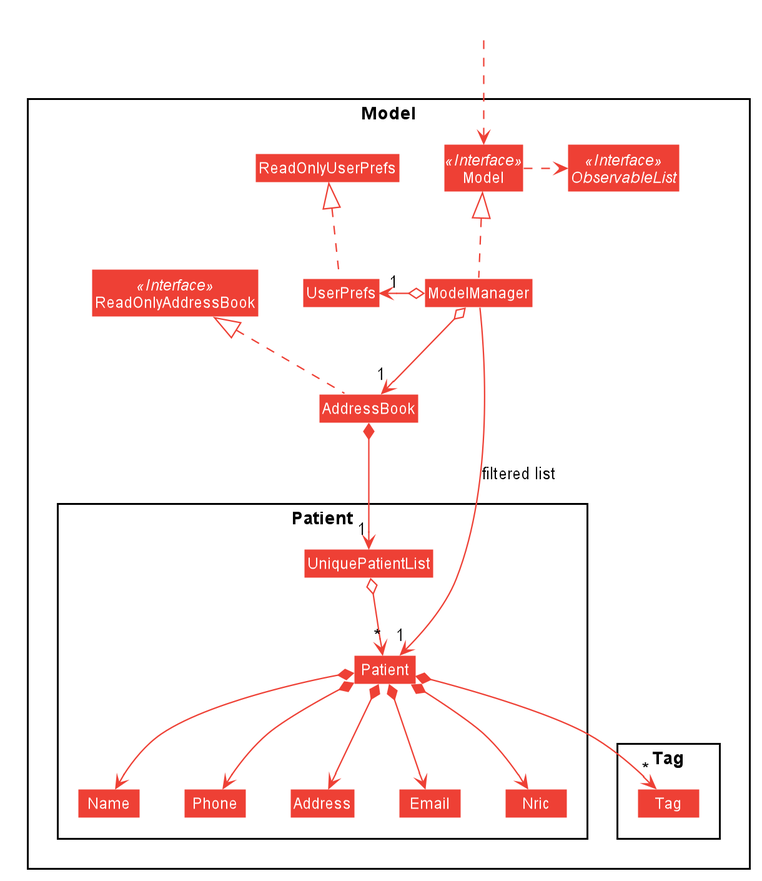
Earlier version of the PlantUML export docs/images/UML_Diagrams/ModelClassDiagram.png (nus-cs2103-AY2021S1/tp).
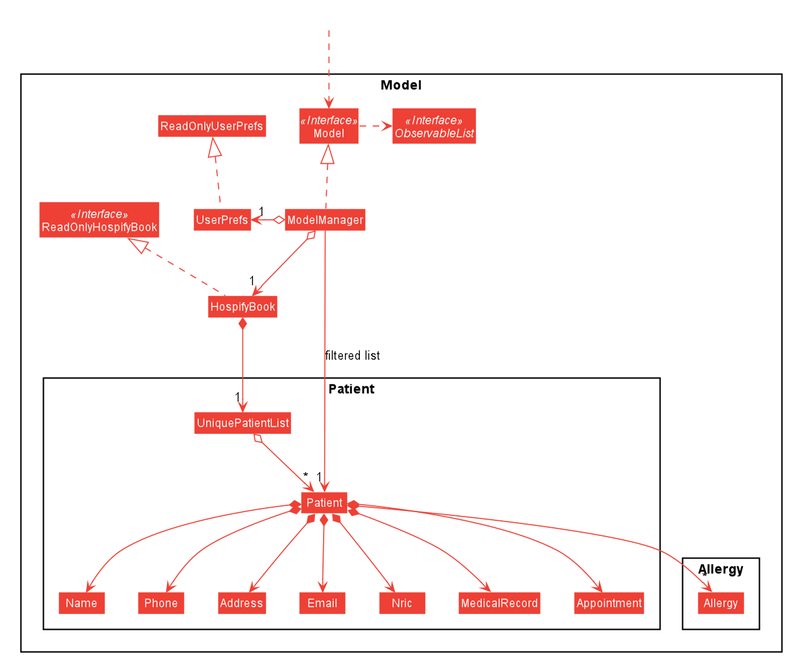
The same diagram one commit later.

Change to the diagram source:
```diff
@@ -52,11 +52,11 @@
 skinparam classBackgroundColor #ee4035
 
 Package Model <<Rectangle>>{
-Interface ReadOnlyAddressBook <<Interface>>
+Interface ReadOnlyHospifyBook <<Interface>>
 Interface Model <<Interface>>
 Interface ObservableList <<Interface>>
-Class AddressBook
-Class ReadOnlyAddressBook
+Class HospifyBook
+Class ReadOnlyHospifyBook
 Class Model
 Class ModelManager
 Class UserPrefs
@@ -70,32 +70,36 @@
 Class Nric
 Class Phone
 Class UniquePatientList
+Class MedicalRecord
+Class Appointment
 }
 
-Package Tag {
-Class Tag
+Package Allergy {
+Class Allergy
 }
 }
 
 Class HiddenOutside #FFFFFF
 HiddenOutside ..> Model
 
-AddressBook .up.|> ReadOnlyAddressBook
+HospifyBook .up.|> ReadOnlyHospifyBook
 
 ModelManager .up.|> Model
 Model .right.> ObservableList
-ModelManager o--> "1" AddressBook
+ModelManager o--> "1" HospifyBook
 ModelManager o-left-> "1" UserPrefs
 UserPrefs .up.|> ReadOnlyUserPrefs
 
-AddressBook *--> "1" UniquePatientList
+HospifyBook *--> "1" UniquePatientList
 UniquePatientList o--> "*" Patient
 Patient *--> Name
 Patient *--> Nric
 Patient *--> Phone
 Patient *--> Email
 Patient *--> Address
-Patient *--> "*" Tag
+Patient *--> MedicalRecord
+Patient *--> Appointment
+Patient *--> "*" Allergy
 
 Name -[hidden]right-> Phone
 Phone -[hidden]right-> Address
```
